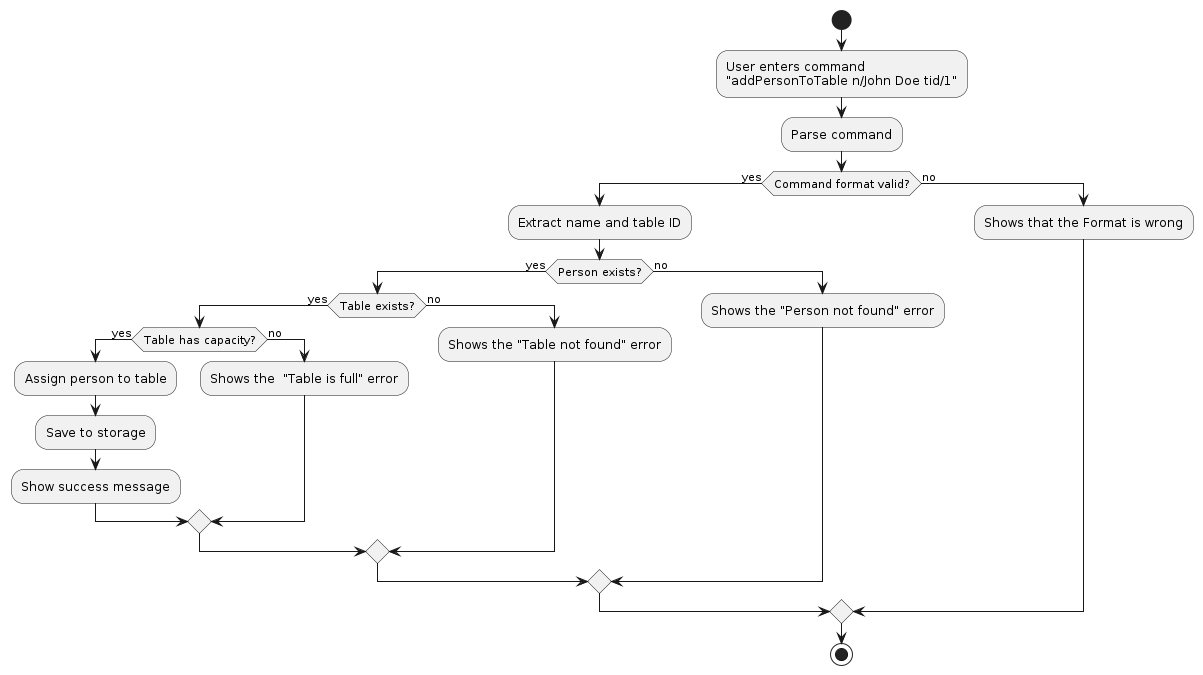
The PlantUML diagram diagrams/AddPersonToTableActivityDiagram.png in AY2425S2-CS2103T-F12-3/tp, before a commit. Its source is kept beside it as diagrams/AddPersonToTableActivityDiagram.puml. The source it was exported from:
```plantuml
@startuml
start

:User enters command
"addPersonToTable n/John Doe tid/1";

:Parse command;

if (Command format valid?) then (yes)
  :Extract name and table ID;
  if (Person exists?) then (yes)
    if (Table exists?) then (yes)
      if (Table has capacity?) then (yes)
        :Assign person to table;
        :Save to storage;
        :Show success message;
      else (no)
        :Shows the  "Table is full" error;
      endif
    else (no)
      :Shows the "Table not found" error;
    endif
  else (no)
    :Shows the "Person not found" error;
  endif
else (no)
  :Shows that the Format is wrong;
endif

stop
@enduml
```
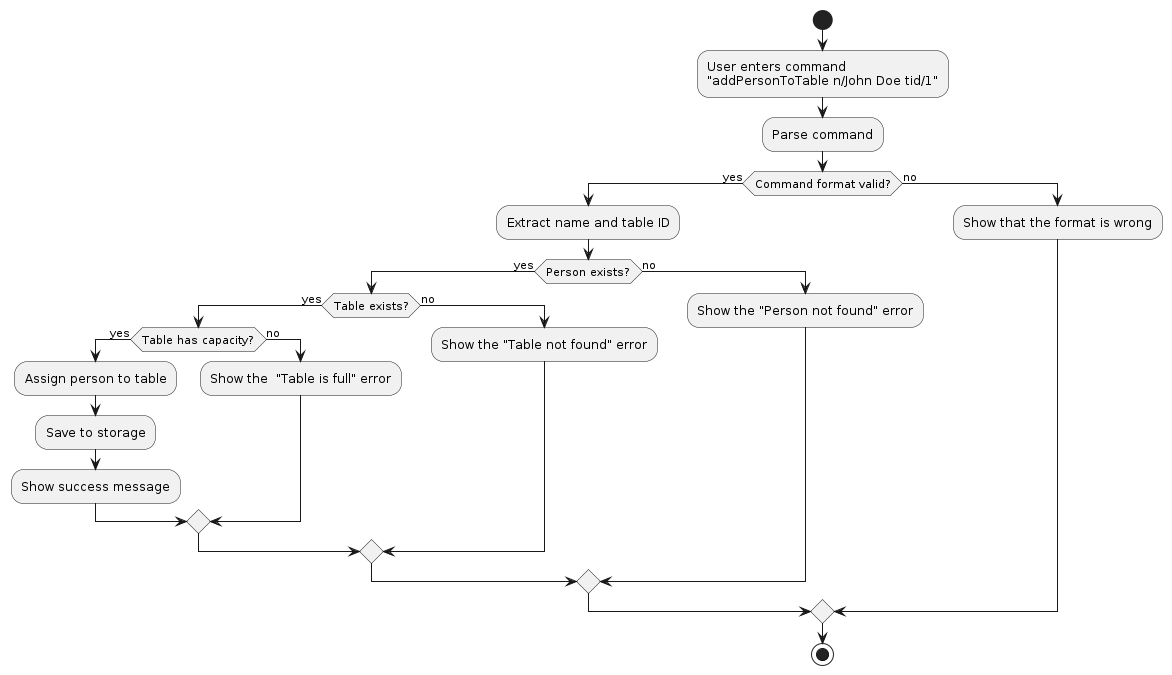
Later version of the same file.

The edit, as a diff of the source:
```diff
@@ -15,16 +15,16 @@
         :Save to storage;
         :Show success message;
       else (no)
-        :Shows the  "Table is full" error;
+        :Show the  "Table is full" error;
       endif
     else (no)
-      :Shows the "Table not found" error;
+      :Show the "Table not found" error;
     endif
   else (no)
-    :Shows the "Person not found" error;
+    :Show the "Person not found" error;
   endif
 else (no)
-  :Shows that the Format is wrong;
+  :Show that the format is wrong;
 endif
 
 stop
```
